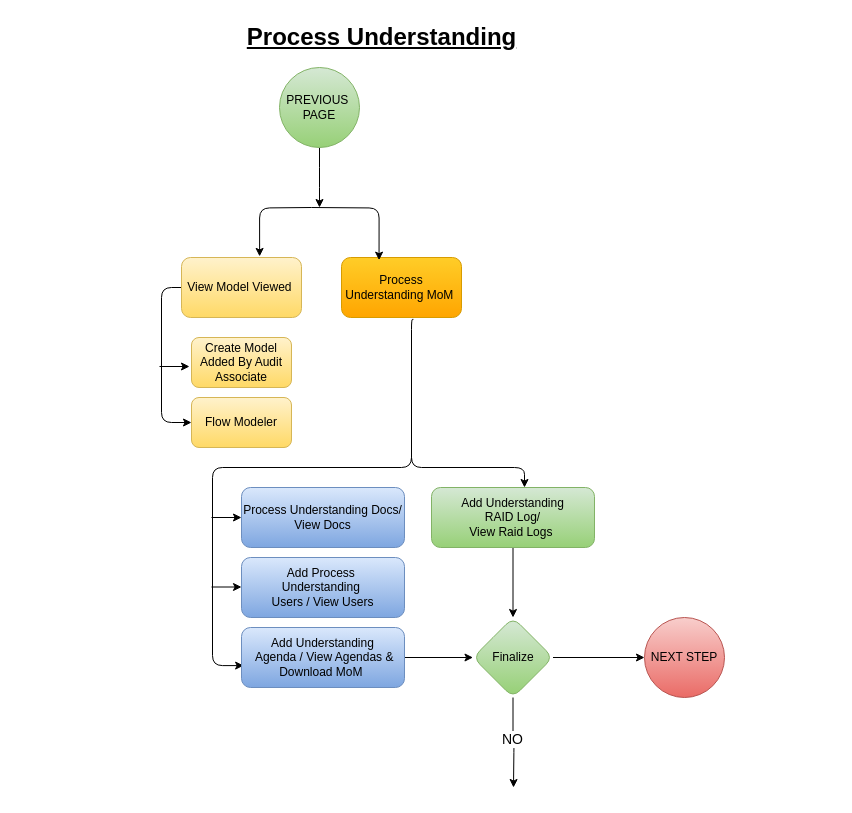
The draw.io diagram page "Process Understanding" (6 of 31) of ERM & IA DFD.drawio in AvikM1996/draw.io, before the edit. Source tidied: cells renumbered, new cells numbered last; positions are measured from the earlier drawing's top-left corner, leaving out a move shared by most shapes. Both pictures are drawn from the tidied source at 100%, with x=0, y=0 at pixel (159, 17).
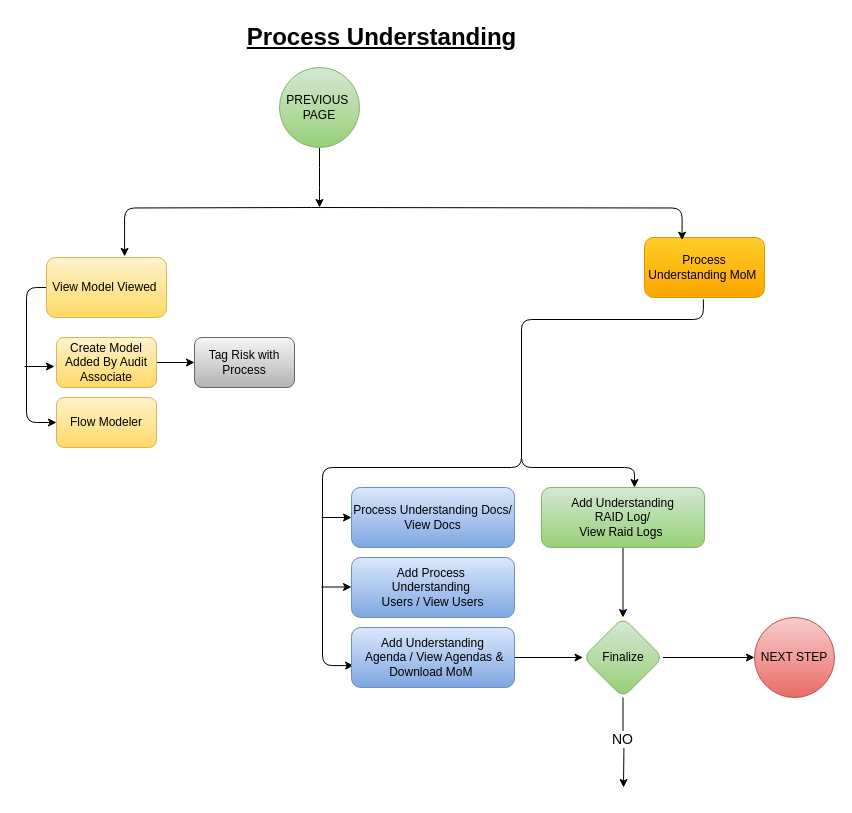
The same page after the edit.

Change to the diagram source:
```diff
@@
     <mxCell id="2" value="Process Understanding MoM&amp;nbsp;" style="rounded=1;whiteSpace=wrap;html=1;fillColor=#ffcd28;strokeColor=#d79b00;gradientColor=#ffa500;" parent="1" vertex="1">
-      <mxGeometry x="182" y="240" width="120" height="60" as="geometry" />
+      <mxGeometry x="485" y="220" width="120" height="60" as="geometry" />
     </mxCell>
@@
     <mxCell id="4" value="View Model Viewed&amp;nbsp;" style="rounded=1;whiteSpace=wrap;html=1;fillColor=#fff2cc;strokeColor=#d6b656;gradientColor=#ffd966;" parent="1" vertex="1">
-      <mxGeometry x="22" y="240" width="120" height="60" as="geometry" />
+      <mxGeometry x="-113" y="240" width="120" height="60" as="geometry" />
     </mxCell>
@@
+    <mxCell id="28" style="edgeStyle=orthogonalEdgeStyle;rounded=0;jettySize=auto;html=1;" parent="1" edge="1" source="7" target="29">
+      <mxGeometry relative="1" as="geometry" />
+    </mxCell>
     <mxCell id="7" value="Create Model Added By Audit Associate" style="rounded=1;whiteSpace=wrap;html=1;fillColor=#fff2cc;strokeColor=#d6b656;gradientColor=#ffd966;" parent="1" vertex="1">
-      <mxGeometry x="32" y="320" width="100" height="50" as="geometry" />
+      <mxGeometry x="-103" y="320" width="100" height="50" as="geometry" />
     </mxCell>
     <mxCell id="8" value="Flow Modeler" style="rounded=1;whiteSpace=wrap;html=1;fillColor=#fff2cc;strokeColor=#d6b656;gradientColor=#ffd966;" parent="1" vertex="1">
-      <mxGeometry x="32" y="380" width="100" height="50" as="geometry" />
+      <mxGeometry x="-103" y="380" width="100" height="50" as="geometry" />
     </mxCell>
     <mxCell id="9" style="endArrow=classic;html=1;rounded=1;" parent="1" edge="1">
       <mxGeometry relative="1" as="geometry">
-        <mxPoint y="349" as="sourcePoint" />
-        <mxPoint x="30" y="349" as="targetPoint" />
+        <mxPoint x="-135" y="349" as="sourcePoint" />
+        <mxPoint x="-105" y="349" as="targetPoint" />
       </mxGeometry>
     </mxCell>
     <mxCell id="10" style="edgeStyle=orthogonalEdgeStyle;rounded=1;jettySize=auto;html=1;exitX=0.5;exitY=1;exitDx=0;exitDy=0;entryX=0.013;entryY=0.635;entryDx=0;entryDy=0;entryPerimeter=0;" parent="1" edge="1" target="17">
       <mxGeometry relative="1" as="geometry">
-        <mxPoint x="252" y="410" as="sourcePoint" />
+        <mxPoint x="362" y="410" as="sourcePoint" />
         <Array as="points">
-          <mxPoint x="252" y="450" />
-          <mxPoint x="53" y="450" />
-          <mxPoint x="53" y="648" />
+          <mxPoint x="362" y="450" />
+          <mxPoint x="163" y="450" />
+          <mxPoint x="163" y="648" />
         </Array>
       </mxGeometry>
     </mxCell>
-    <mxCell id="11" style="edgeStyle=orthogonalEdgeStyle;rounded=1;jettySize=auto;html=1;exitX=0.599;exitY=1.031;exitDx=0;exitDy=0;exitPerimeter=0;" parent="1" edge="1" source="2" target="14">
+    <mxCell id="11" style="edgeStyle=orthogonalEdgeStyle;rounded=1;jettySize=auto;html=1;exitX=0.599;exitY=1.031;exitDx=0;exitDy=0;exitPerimeter=0;" parent="1" edge="1" target="14">
       <mxGeometry relative="1" as="geometry">
+        <mxPoint x="543.9" y="281.9" as="sourcePoint" />
         <Array as="points">
-          <mxPoint x="252" y="302" />
-          <mxPoint x="252" y="450" />
-          <mxPoint x="365" y="450" />
+          <mxPoint x="362" y="302" />
+          <mxPoint x="362" y="450" />
+          <mxPoint x="475" y="450" />
         </Array>
       </mxGeometry>
     </mxCell>
     <mxCell id="12" value="Process Understanding Docs/ View Docs" style="rounded=1;whiteSpace=wrap;html=1;fillColor=#dae8fc;strokeColor=#6c8ebf;gradientColor=#7ea6e0;" parent="1" vertex="1">
-      <mxGeometry x="82" y="470" width="163" height="60" as="geometry" />
+      <mxGeometry x="192" y="470" width="163" height="60" as="geometry" />
     </mxCell>
@@
     <mxCell id="14" value="Add Understanding&lt;br&gt;RAID Log/&lt;br&gt;View Raid Logs&amp;nbsp;" style="rounded=1;whiteSpace=wrap;html=1;fillColor=#d5e8d4;gradientColor=#97d077;strokeColor=#82b366;" parent="1" vertex="1">
-      <mxGeometry x="272" y="470" width="163" height="60" as="geometry" />
+      <mxGeometry x="382" y="470" width="163" height="60" as="geometry" />
     </mxCell>
     <mxCell id="15" value="Add Process&amp;nbsp;&lt;br&gt;Understanding&amp;nbsp;&lt;br&gt;Users / View Users" style="rounded=1;whiteSpace=wrap;html=1;fillColor=#dae8fc;strokeColor=#6c8ebf;gradientColor=#7ea6e0;" parent="1" vertex="1">
-      <mxGeometry x="82" y="540" width="163" height="60" as="geometry" />
+      <mxGeometry x="192" y="540" width="163" height="60" as="geometry" />
     </mxCell>
@@
     <mxCell id="17" value="Add Understanding&lt;br&gt;&amp;nbsp;Agenda / View Agendas &amp;amp;&lt;br&gt;Download MoM&amp;nbsp;" style="rounded=1;whiteSpace=wrap;html=1;fillColor=#dae8fc;strokeColor=#6c8ebf;gradientColor=#7ea6e0;" parent="1" vertex="1">
-      <mxGeometry x="82" y="610" width="163" height="60" as="geometry" />
+      <mxGeometry x="192" y="610" width="163" height="60" as="geometry" />
     </mxCell>
     <mxCell id="18" style="endArrow=classic;html=1;rounded=1;entryX=0;entryY=0.5;entryDx=0;entryDy=0;" parent="1" edge="1" target="12">
       <mxGeometry relative="1" as="geometry">
-        <mxPoint x="52" y="500" as="sourcePoint" />
+        <mxPoint x="162" y="500" as="sourcePoint" />
       </mxGeometry>
     </mxCell>
     <mxCell id="19" style="endArrow=classic;html=1;rounded=1;entryX=0;entryY=0.5;entryDx=0;entryDy=0;" parent="1" edge="1">
       <mxGeometry relative="1" as="geometry">
-        <mxPoint x="52" y="569.5" as="sourcePoint" />
-        <mxPoint x="82" y="569.5" as="targetPoint" />
+        <mxPoint x="162" y="569.5" as="sourcePoint" />
+        <mxPoint x="192" y="569.5" as="targetPoint" />
       </mxGeometry>
     </mxCell>
     <mxCell id="20" style="edgeStyle=orthogonalEdgeStyle;rounded=1;jettySize=auto;html=1;exitX=0.5;exitY=1;exitDx=0;exitDy=0;" parent="1" edge="1" source="23">
       <mxGeometry relative="1" as="geometry">
-        <mxPoint x="354" y="770" as="targetPoint" />
+        <mxPoint x="464" y="770" as="targetPoint" />
       </mxGeometry>
     </mxCell>
@@
     <mxCell id="23" value="&lt;div&gt;Finalize&lt;/div&gt;" style="rhombus;whiteSpace=wrap;html=1;fillColor=#d5e8d4;strokeColor=#82b366;rounded=1;gradientColor=#97d077;" parent="1" vertex="1">
-      <mxGeometry x="313.5" y="600" width="80" height="80" as="geometry" />
+      <mxGeometry x="423.5" y="600" width="80" height="80" as="geometry" />
     </mxCell>
     <mxCell id="24" value="NEXT STEP" style="ellipse;whiteSpace=wrap;html=1;fillColor=#f8cecc;strokeColor=#b85450;rounded=1;gradientColor=#ea6b66;" parent="1" vertex="1">
-      <mxGeometry x="485" y="600" width="80" height="80" as="geometry" />
+      <mxGeometry x="595" y="600" width="80" height="80" as="geometry" />
     </mxCell>
@@
+    <mxCell id="29" value="Tag Risk with Process" style="rounded=1;whiteSpace=wrap;html=1;fillColor=#f5f5f5;strokeColor=#666666;gradientColor=#b3b3b3;" parent="1" vertex="1">
+      <mxGeometry x="35" y="320" width="100" height="50" as="geometry" />
+    </mxCell>
```
